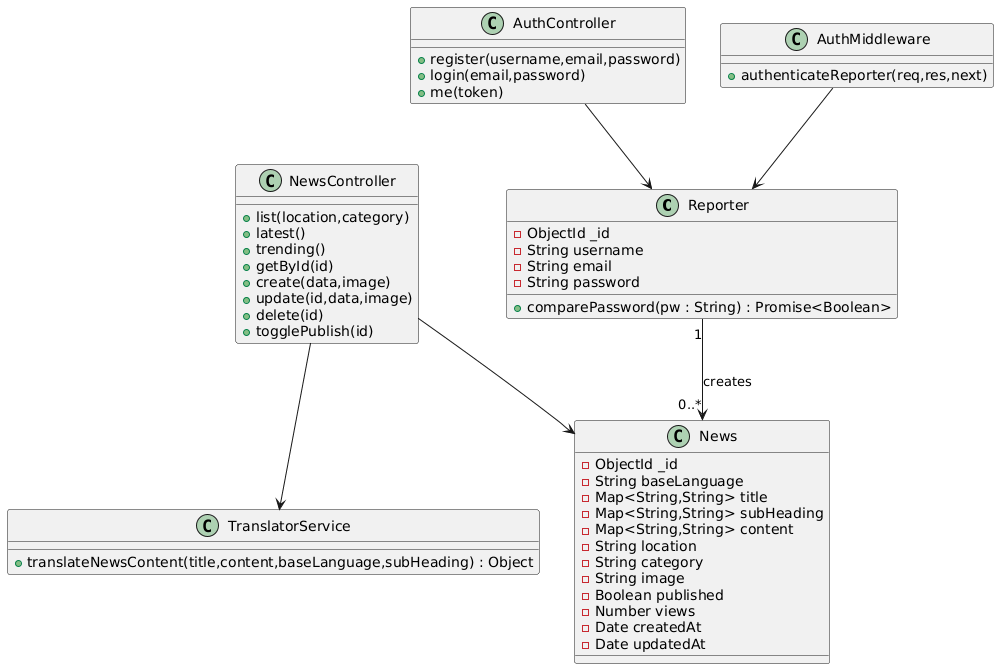
This is Diagram/Class Diagram.png from ajayjawade06/News-Portal, a PlantUML export, as it was before one commit.
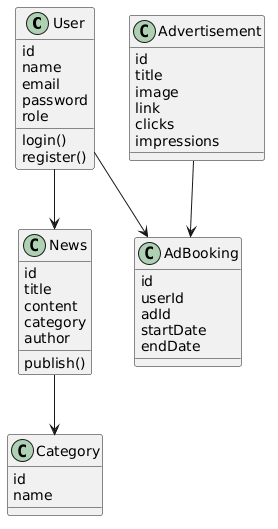
After the commit.

The edit, as a diff of the source:
```diff
@@ -1,55 +1,47 @@
 @startuml
-class Reporter {
-  - ObjectId _id
-  - String username
-  - String email
-  - String password
-  + comparePassword(pw : String) : Promise<Boolean>
+class User {
+  id
+  name
+  email
+  password
+  role
+  login()
+  register()
 }
 
 class News {
-  - ObjectId _id
-  - String baseLanguage
-  - Map<String,String> title
-  - Map<String,String> subHeading
-  - Map<String,String> content
-  - String location
-  - String category
-  - String image
-  - Boolean published
-  - Number views
-  - Date createdAt
-  - Date updatedAt
+  id
+  title
+  content
+  category
+  author
+  publish()
 }
 
-class AuthController {
-  + register(username,email,password)
-  + login(email,password)
-  + me(token)
+class Category {
+  id
+  name
 }
 
-class NewsController {
-  + list(location,category)
-  + latest()
-  + trending()
-  + getById(id)
-  + create(data,image)
-  + update(id,data,image)
-  + delete(id)
-  + togglePublish(id)
+class Advertisement {
+  id
+  title
+  image
+  link
+  clicks
+  impressions
 }
 
-class TranslatorService {
-  + translateNewsContent(title,content,baseLanguage,subHeading) : Object
+class AdBooking {
+  id
+  userId
+  adId
+  startDate
+  endDate
 }
 
-class AuthMiddleware {
-  + authenticateReporter(req,res,next)
-}
-
-Reporter "1" --> "0..*" News : creates
-NewsController --> News
-AuthController --> Reporter
-NewsController --> TranslatorService
-AuthMiddleware --> Reporter
+User --> News
+News --> Category
+Advertisement --> AdBooking
+User --> AdBooking
 @enduml
```
